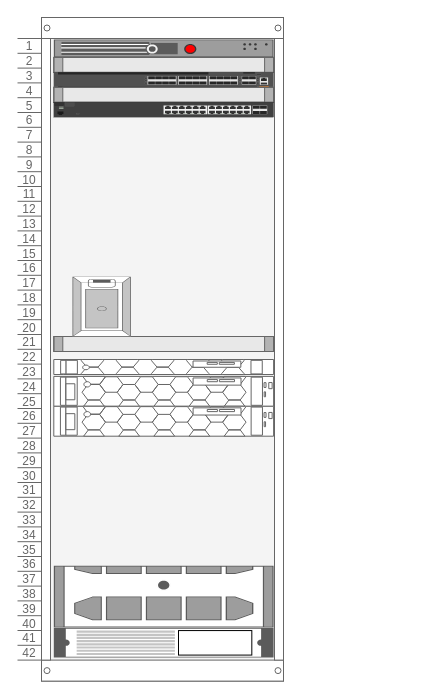
brandenk514/hl-docs keeps this draw.io diagram as page "Rack Diagram" (2 of 2) of assets/uac-net.drawio. Above is the earlier version. Source tidied: cells renumbered, new cells numbered last; positions are measured from the earlier drawing's top-left corner, leaving out a move shared by most shapes. Both pictures are drawn from the tidied source at 100%, with x=0, y=0 at pixel (17, 17).
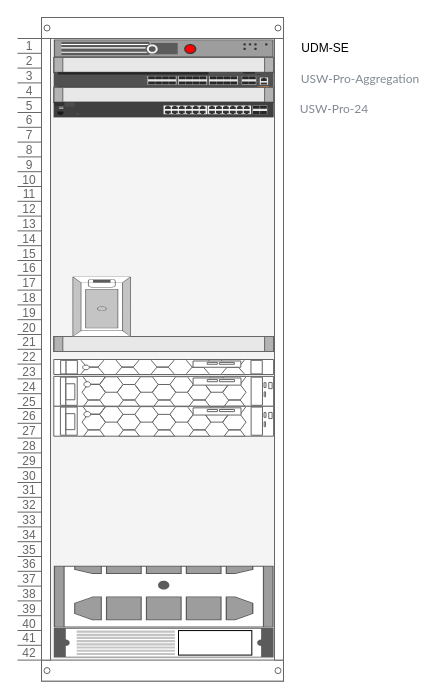
After the change.

What changed in the source:
```diff
@@
 <mxGraphModel>
   <root>
     <mxCell id="0" />
     <mxCell id="1" parent="0" />
     <mxCell id="2" style="group;" parent="1" vertex="1">
       <mxGeometry width="266" height="663" as="geometry" />
     </mxCell>
     <mxCell id="3" style="strokeColor=#666666;html=1;verticalLabelPosition=bottom;labelBackgroundColor=#ffffff;verticalAlign=top;shadow=0;dashed=0;shape=mxgraph.rackGeneral.rackCabinet3;fillColor2=#f4f4f4;allowGaps=1;textColor=#666666;numDisp=ascend;" parent="2" vertex="1">
       <mxGeometry width="266" height="663" as="geometry" />
     </mxCell>
     <mxCell id="4" style="strokeColor=#666666;html=1;labelPosition=right;align=left;spacingLeft=15;shadow=0;dashed=0;shape=mxgraph.rack.f5.arx_500;" parent="2" vertex="1">
       <mxGeometry x="36.3" y="21.9" width="219.8" height="17.9" as="geometry" />
     </mxCell>
     <mxCell id="5" style="strokeColor=#666666;html=1;labelPosition=right;align=left;spacingLeft=15;shadow=0;dashed=0;shape=mxgraph.rackGeneral.plate;fillColor=#e8e8e8;" parent="2" vertex="1">
       <mxGeometry x="36.3" y="39.9" width="219.8" height="15" as="geometry" />
     </mxCell>
     <mxCell id="6" style="html=1;verticalLabelPosition=bottom;verticalAlign=top;shadow=0;dashed=0;shape=mxgraph.rack.hpe_aruba.switches.jl658a_aruba_6300m_24_port_sfpplus_and_4_port_sfp56_switch;" parent="2" vertex="1">
       <mxGeometry x="36.3" y="54.8" width="219.8" height="15" as="geometry" />
     </mxCell>
     <mxCell id="7" style="strokeColor=#666666;html=1;labelPosition=right;align=left;spacingLeft=15;shadow=0;dashed=0;shape=mxgraph.rackGeneral.plate;fillColor=#e8e8e8;" parent="2" vertex="1">
       <mxGeometry x="36.3" y="69.8" width="219.8" height="15" as="geometry" />
     </mxCell>
     <mxCell id="8" style="html=1;verticalLabelPosition=bottom;verticalAlign=top;shadow=0;dashed=0;shape=mxgraph.rack.hpe_aruba.switches.j9776a_2530_24g_switch;" parent="2" vertex="1">
       <mxGeometry x="36.3" y="84.7" width="219.8" height="15" as="geometry" />
     </mxCell>
     <mxCell id="9" style="strokeColor=#666666;html=1;labelPosition=right;align=left;spacingLeft=15;shadow=0;dashed=0;shape=mxgraph.rackGeneral.plate;fillColor=#e8e8e8;" parent="2" vertex="1">
       <mxGeometry x="36.3" y="319" width="219.8" height="15" as="geometry" />
     </mxCell>
     <mxCell id="10" style="strokeColor=#666666;html=1;labelPosition=right;align=left;spacingLeft=15;shadow=0;dashed=0;shape=mxgraph.rack.dell.poweredge_r640;" parent="2" vertex="1">
       <mxGeometry x="36.3" y="342" width="219.8" height="15" as="geometry" />
     </mxCell>
     <mxCell id="11" style="strokeColor=#666666;html=1;labelPosition=right;align=left;spacingLeft=15;shadow=0;dashed=0;shape=mxgraph.rack.dell.poweredge_r740xd;" parent="2" vertex="1">
       <mxGeometry x="36.3" y="358.9" width="219.8" height="29.9" as="geometry" />
     </mxCell>
     <mxCell id="12" style="strokeColor=#666666;html=1;labelPosition=right;align=left;spacingLeft=15;shadow=0;dashed=0;shape=mxgraph.rack.dell.poweredge_r740xd;" parent="2" vertex="1">
       <mxGeometry x="36.3" y="388.8" width="219.8" height="29.9" as="geometry" />
     </mxCell>
     <mxCell id="13" style="strokeColor=#666666;html=1;labelPosition=right;align=left;spacingLeft=15;shadow=0;dashed=0;shape=mxgraph.rack.dell.dell_poweredge_4u;" parent="2" vertex="1">
       <mxGeometry x="36.3" y="548.3" width="219.8" height="61.8" as="geometry" />
     </mxCell>
     <mxCell id="14" style="shape=mxgraph.rack.apc.apc_smart_ups_1000-3000_va_2u;html=1;labelPosition=right;align=left;spacingLeft=15;dashed=0;shadow=0;fillColor=#ffffff;" parent="2" vertex="1">
       <mxGeometry x="36.3" y="610.2" width="219.8" height="29.9" as="geometry" />
     </mxCell>
     <mxCell id="15" style="strokeColor=#666666;html=1;verticalLabelPosition=bottom;labelBackgroundColor=#ffffff;verticalAlign=top;shadow=0;dashed=0;shape=mxgraph.rack.general.server_3;" parent="2" vertex="1">
       <mxGeometry x="55" y="259.2" width="58.3" height="59.8" as="geometry" />
     </mxCell>
+    <mxCell id="16" value="UDM-SE" style="text;html=1;align=center;verticalAlign=middle;whiteSpace=wrap;rounded=0;" parent="1" vertex="1">
+      <mxGeometry x="278" y="16" width="60" height="30" as="geometry" />
+    </mxCell>
+    <mxCell id="17" value="&lt;span style=&quot;text-align: start; caret-color: rgb(128, 136, 147); font-family: &amp;quot;UI Sans&amp;quot;, Lato, HelveticaNeue, &amp;quot;Helvetica Neue&amp;quot;, Helvetica, Arial, sans-serif; background-color: rgb(255, 255, 255); color: light-dark(rgb(128, 136, 147), rgb(255, 255, 255));&quot;&gt;USW-Pro-Aggregation&lt;/span&gt;" style="text;html=1;align=center;verticalAlign=middle;whiteSpace=wrap;rounded=0;" parent="1" vertex="1">
+      <mxGeometry x="278" y="47" width="130" height="30" as="geometry" />
+    </mxCell>
+    <mxCell id="18" value="&lt;span style=&quot;text-align: start; caret-color: rgb(128, 136, 147); font-family: &amp;quot;UI Sans&amp;quot;, Lato, HelveticaNeue, &amp;quot;Helvetica Neue&amp;quot;, Helvetica, Arial, sans-serif; background-color: rgb(255, 255, 255); color: light-dark(rgb(128, 136, 147), rgb(255, 255, 255));&quot;&gt;USW-Pro-24&lt;/span&gt;" style="text;html=1;align=center;verticalAlign=middle;whiteSpace=wrap;rounded=0;" parent="1" vertex="1">
+      <mxGeometry x="266" y="77" width="102" height="30" as="geometry" />
+    </mxCell>
   </root>
 </mxGraphModel>
```
